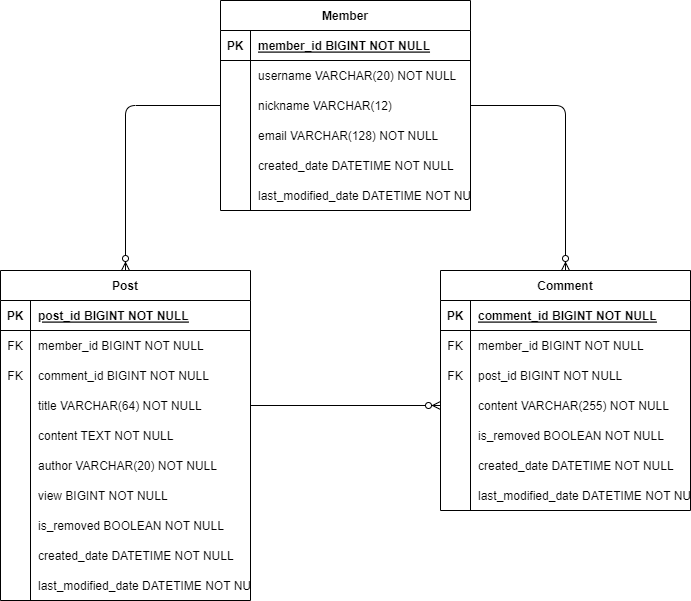
This is ERD.png from ohoon/spring-board-v2, a draw.io export, as it was before one commit. Source tidied: cells renumbered, new cells last; positions are measured from the earlier drawing's top-left corner, leaving out a move shared by most shapes.
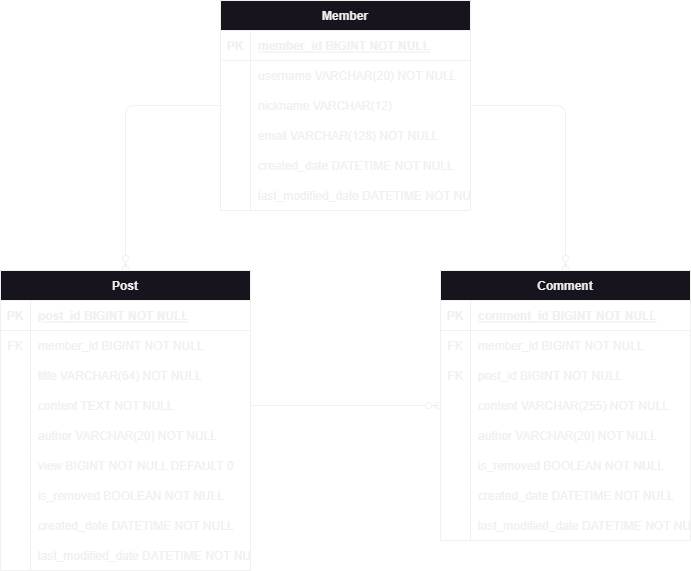
After the change.

Commit message:
잘못된 Post 테이블 연관관계 제거 Comment 테이블에 author 컬럼 추가

What changed in the source:
```diff
@@ -78,11 +78,11 @@
         </Array>
       </mxGeometry>
     </mxCell>
-    <mxCell id="23" style="fontSize=12;html=1;endArrow=ERzeroToMany;endFill=1;entryX=0;entryY=0.5;entryDx=0;entryDy=0;exitX=1;exitY=0.5;exitDx=0;exitDy=0;" parent="1" edge="1" source="34" target="65">
+    <mxCell id="23" style="fontSize=12;html=1;endArrow=ERzeroToMany;endFill=1;entryX=0;entryY=0.5;entryDx=0;entryDy=0;exitX=1;exitY=0.5;exitDx=0;exitDy=0;" parent="1" edge="1" source="37" target="65">
       <mxGeometry relative="1" as="geometry" />
     </mxCell>
     <mxCell id="24" value="Post" style="shape=table;startSize=30;rowLines=0;fontStyle=1;align=center;" parent="1" vertex="1">
-      <mxGeometry y="270" width="250" height="330" as="geometry" />
+      <mxGeometry y="270" width="250" height="300" as="geometry" />
     </mxCell>
     <mxCell id="25" style="shape=partialRectangle;fillColor=none;top=0;left=0;right=0;bottom=1;" parent="24" vertex="1">
       <mxGeometry y="30" width="250" height="30" as="geometry" />
@@ -102,17 +102,8 @@
     <mxCell id="30" value="member_id BIGINT NOT NULL" style="shape=partialRectangle;overflow=hidden;fillColor=none;top=0;left=0;bottom=0;right=0;align=left;spacingLeft=6;" parent="28" vertex="1">
       <mxGeometry x="30" width="220" height="30" as="geometry" />
     </mxCell>
-    <mxCell id="31" style="shape=partialRectangle;fillColor=none;top=0;left=0;right=0;bottom=0;" parent="24" vertex="1">
-      <mxGeometry y="90" width="250" height="30" as="geometry" />
-    </mxCell>
-    <mxCell id="32" value="FK" style="shape=partialRectangle;overflow=hidden;fillColor=none;top=0;left=0;bottom=0;right=0;" parent="31" vertex="1">
-      <mxGeometry width="30" height="30" as="geometry" />
-    </mxCell>
-    <mxCell id="33" value="comment_id BIGINT NOT NULL" style="shape=partialRectangle;overflow=hidden;fillColor=none;top=0;left=0;bottom=0;right=0;align=left;spacingLeft=6;" parent="31" vertex="1">
-      <mxGeometry x="30" width="220" height="30" as="geometry" />
-    </mxCell>
     <mxCell id="34" style="shape=partialRectangle;fillColor=none;points=[[0,0.5],[1,0.5]];portConstraint=eastwest;top=0;left=0;right=0;bottom=0;" parent="24" vertex="1">
-      <mxGeometry y="120" width="250" height="30" as="geometry" />
+      <mxGeometry y="90" width="250" height="30" as="geometry" />
     </mxCell>
     <mxCell id="35" style="shape=partialRectangle;overflow=hidden;fillColor=none;top=0;left=0;bottom=0;right=0;" parent="34" vertex="1">
       <mxGeometry width="30" height="30" as="geometry" />
@@ -121,7 +112,7 @@
       <mxGeometry x="30" width="220" height="30" as="geometry" />
     </mxCell>
     <mxCell id="37" style="shape=partialRectangle;fillColor=none;points=[[0,0.5],[1,0.5]];portConstraint=eastwest;top=0;left=0;right=0;bottom=0;" parent="24" vertex="1">
-      <mxGeometry y="150" width="250" height="30" as="geometry" />
+      <mxGeometry y="120" width="250" height="30" as="geometry" />
     </mxCell>
     <mxCell id="38" style="shape=partialRectangle;overflow=hidden;fillColor=none;top=0;left=0;bottom=0;right=0;" parent="37" vertex="1">
       <mxGeometry width="30" height="30" as="geometry" />
@@ -130,7 +121,7 @@
       <mxGeometry x="30" width="220" height="30" as="geometry" />
     </mxCell>
     <mxCell id="40" style="shape=partialRectangle;fillColor=none;top=0;left=0;right=0;bottom=0;" parent="24" vertex="1">
-      <mxGeometry y="180" width="250" height="30" as="geometry" />
+      <mxGeometry y="150" width="250" height="30" as="geometry" />
     </mxCell>
     <mxCell id="41" style="shape=partialRectangle;overflow=hidden;fillColor=none;top=0;left=0;bottom=0;right=0;" parent="40" vertex="1">
       <mxGeometry width="30" height="30" as="geometry" />
@@ -139,16 +130,16 @@
       <mxGeometry x="30" width="220" height="30" as="geometry" />
     </mxCell>
     <mxCell id="43" style="shape=partialRectangle;fillColor=none;top=0;left=0;right=0;bottom=0;" parent="24" vertex="1">
-      <mxGeometry y="210" width="250" height="30" as="geometry" />
+      <mxGeometry y="180" width="250" height="30" as="geometry" />
     </mxCell>
     <mxCell id="44" style="shape=partialRectangle;overflow=hidden;fillColor=none;top=0;left=0;bottom=0;right=0;" parent="43" vertex="1">
       <mxGeometry width="30" height="30" as="geometry" />
     </mxCell>
-    <mxCell id="45" value="view BIGINT NOT NULL" style="shape=partialRectangle;overflow=hidden;fillColor=none;top=0;left=0;bottom=0;right=0;align=left;spacingLeft=6;" parent="43" vertex="1">
+    <mxCell id="45" value="view BIGINT NOT NULL DEFAULT 0" style="shape=partialRectangle;overflow=hidden;fillColor=none;top=0;left=0;bottom=0;right=0;align=left;spacingLeft=6;" parent="43" vertex="1">
       <mxGeometry x="30" width="220" height="30" as="geometry" />
     </mxCell>
     <mxCell id="46" style="shape=partialRectangle;fillColor=none;top=0;left=0;right=0;bottom=0;" parent="24" vertex="1">
-      <mxGeometry y="240" width="250" height="30" as="geometry" />
+      <mxGeometry y="210" width="250" height="30" as="geometry" />
     </mxCell>
     <mxCell id="47" style="shape=partialRectangle;overflow=hidden;fillColor=none;top=0;left=0;bottom=0;right=0;" parent="46" vertex="1">
       <mxGeometry width="30" height="30" as="geometry" />
@@ -157,7 +148,7 @@
       <mxGeometry x="30" width="220" height="30" as="geometry" />
     </mxCell>
     <mxCell id="49" style="shape=partialRectangle;fillColor=none;top=0;left=0;right=0;bottom=0;" parent="24" vertex="1">
-      <mxGeometry y="270" width="250" height="30" as="geometry" />
+      <mxGeometry y="240" width="250" height="30" as="geometry" />
     </mxCell>
     <mxCell id="50" style="shape=partialRectangle;overflow=hidden;fillColor=none;top=0;left=0;bottom=0;right=0;" parent="49" vertex="1">
       <mxGeometry width="30" height="30" as="geometry" />
@@ -166,7 +157,7 @@
       <mxGeometry x="30" width="220" height="30" as="geometry" />
     </mxCell>
     <mxCell id="52" style="shape=partialRectangle;fillColor=none;top=0;left=0;right=0;bottom=0;" parent="24" vertex="1">
-      <mxGeometry y="300" width="250" height="30" as="geometry" />
+      <mxGeometry y="270" width="250" height="30" as="geometry" />
     </mxCell>
     <mxCell id="53" style="shape=partialRectangle;overflow=hidden;fillColor=none;top=0;left=0;bottom=0;right=0;" parent="52" vertex="1">
       <mxGeometry width="30" height="30" as="geometry" />
@@ -175,7 +166,7 @@
       <mxGeometry x="30" width="220" height="30" as="geometry" />
     </mxCell>
     <mxCell id="55" value="Comment" style="shape=table;startSize=30;rowLines=0;fontStyle=1;align=center;" parent="1" vertex="1">
-      <mxGeometry x="440" y="270" width="250" height="240" as="geometry" />
+      <mxGeometry x="440" y="270" width="250" height="270" as="geometry" />
     </mxCell>
     <mxCell id="56" style="shape=partialRectangle;fillColor=none;top=0;left=0;right=0;bottom=1;" parent="55" vertex="1">
       <mxGeometry y="30" width="250" height="30" as="geometry" />
@@ -219,7 +210,7 @@
     <mxCell id="69" style="shape=partialRectangle;overflow=hidden;fillColor=none;top=0;left=0;bottom=0;right=0;" parent="68" vertex="1">
       <mxGeometry width="30" height="30" as="geometry" />
     </mxCell>
-    <mxCell id="70" value="is_removed BOOLEAN NOT NULL" style="shape=partialRectangle;overflow=hidden;fillColor=none;top=0;left=0;bottom=0;right=0;align=left;spacingLeft=6;" parent="68" vertex="1">
+    <mxCell id="70" value="author VARCHAR(20) NOT NULL" style="shape=partialRectangle;overflow=hidden;fillColor=none;top=0;left=0;bottom=0;right=0;align=left;spacingLeft=6;" parent="68" vertex="1">
       <mxGeometry x="30" width="220" height="30" as="geometry" />
     </mxCell>
     <mxCell id="71" style="shape=partialRectangle;fillColor=none;top=0;left=0;right=0;bottom=0;" parent="55" vertex="1">
@@ -228,7 +219,7 @@
     <mxCell id="72" style="shape=partialRectangle;overflow=hidden;fillColor=none;top=0;left=0;bottom=0;right=0;" parent="71" vertex="1">
       <mxGeometry width="30" height="30" as="geometry" />
     </mxCell>
-    <mxCell id="73" value="created_date DATETIME NOT NULL" style="shape=partialRectangle;overflow=hidden;fillColor=none;top=0;left=0;bottom=0;right=0;align=left;spacingLeft=6;" parent="71" vertex="1">
+    <mxCell id="73" value="is_removed BOOLEAN NOT NULL" style="shape=partialRectangle;overflow=hidden;fillColor=none;top=0;left=0;bottom=0;right=0;align=left;spacingLeft=6;" parent="71" vertex="1">
       <mxGeometry x="30" width="220" height="30" as="geometry" />
     </mxCell>
     <mxCell id="74" style="shape=partialRectangle;fillColor=none;top=0;left=0;right=0;bottom=0;" parent="55" vertex="1">
@@ -237,8 +228,17 @@
     <mxCell id="75" style="shape=partialRectangle;overflow=hidden;fillColor=none;top=0;left=0;bottom=0;right=0;" parent="74" vertex="1">
       <mxGeometry width="30" height="30" as="geometry" />
     </mxCell>
-    <mxCell id="76" value="last_modified_date DATETIME NOT NULL" style="shape=partialRectangle;overflow=hidden;fillColor=none;top=0;left=0;bottom=0;right=0;align=left;spacingLeft=6;" parent="74" vertex="1">
+    <mxCell id="76" value="created_date DATETIME NOT NULL" style="shape=partialRectangle;overflow=hidden;fillColor=none;top=0;left=0;bottom=0;right=0;align=left;spacingLeft=6;" parent="74" vertex="1">
       <mxGeometry x="30" width="220" height="30" as="geometry" />
     </mxCell>
+    <mxCell id="77" style="shape=partialRectangle;fillColor=none;top=0;left=0;right=0;bottom=0;" parent="1" vertex="1">
+      <mxGeometry x="440" y="510" width="250" height="30" as="geometry" />
+    </mxCell>
+    <mxCell id="78" style="shape=partialRectangle;overflow=hidden;fillColor=none;top=0;left=0;bottom=0;right=1;" parent="77" vertex="1">
+      <mxGeometry width="30" height="30" as="geometry" />
+    </mxCell>
+    <mxCell id="79" value="last_modified_date DATETIME NOT NULL" style="shape=partialRectangle;overflow=hidden;fillColor=none;top=0;left=0;bottom=0;right=0;align=left;spacingLeft=6;" parent="77" vertex="1">
+      <mxGeometry x="30" width="220" height="30" as="geometry" />
+    </mxCell>
   </root>
 </mxGraphModel>
```
